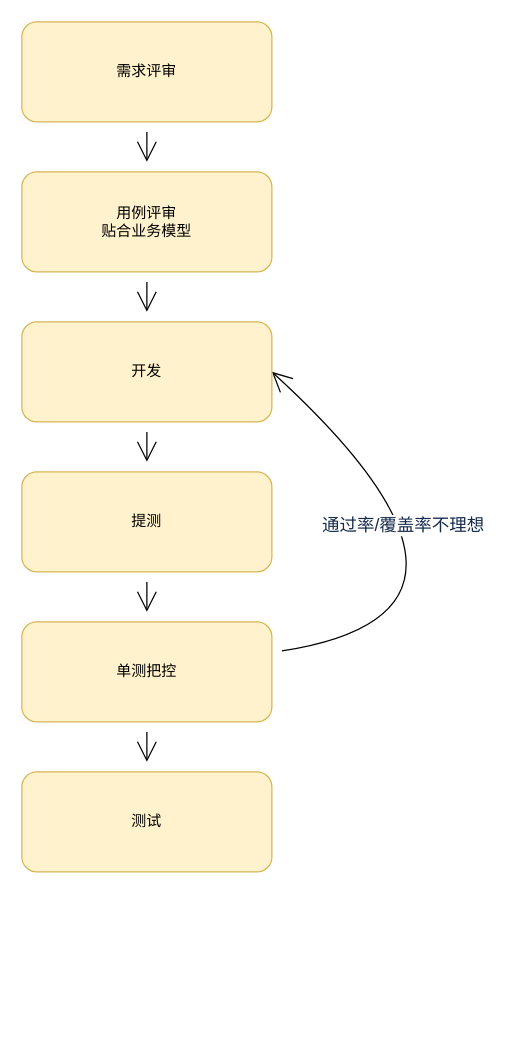
fsdmp/diagrams keeps this draw.io diagram as Untitled Diagram.drawio. Above is the earlier version. Source tidied: cells renumbered, new cells numbered last; positions are measured from the earlier drawing's top-left corner, leaving out a move shared by most shapes. Both pictures are drawn from the tidied source at 125%, with x=0, y=0 at pixel (21, 21).
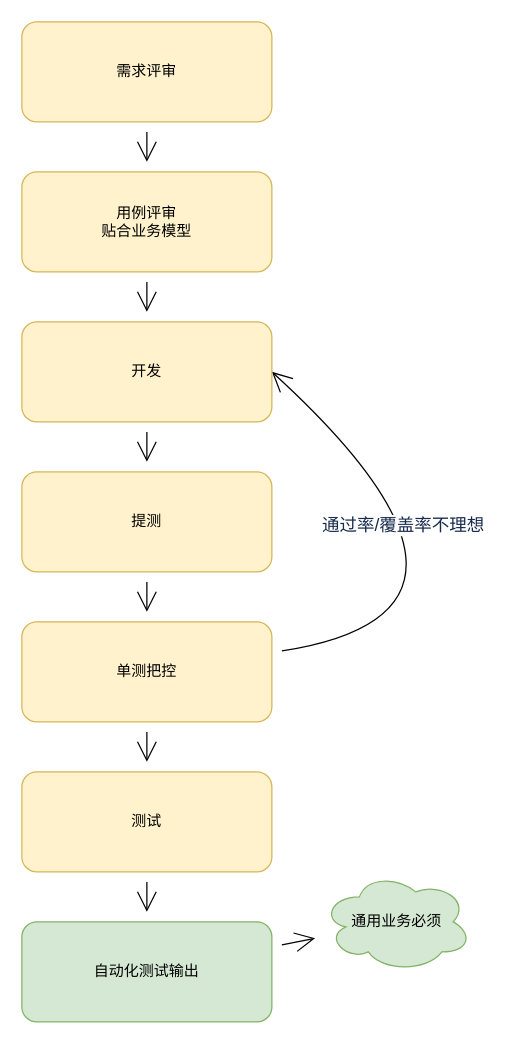
The same page after the edit.

The change refers to these unchanged cells:
```xml
<mxCell id="14" value="测试" style="rounded=1;whiteSpace=wrap;html=1;hachureGap=4;fillColor=#fff2cc;strokeColor=#d6b656;" parent="1" vertex="1">
  <mxGeometry y="600" width="200" height="80" as="geometry" />
</mxCell>
```

What changed in the source:
```diff
@@
+    <mxCell id="15" style="edgeStyle=none;curved=1;rounded=0;jettySize=auto;html=1;endArrow=open;startSize=14;endSize=14;sourcePerimeterSpacing=8;targetPerimeterSpacing=8;" parent="1" edge="1" source="14" target="17">
+      <mxGeometry relative="1" as="geometry" />
+    </mxCell>
@@
+    <mxCell id="16" style="edgeStyle=none;curved=1;rounded=0;jettySize=auto;html=1;endArrow=open;startSize=14;endSize=14;sourcePerimeterSpacing=8;targetPerimeterSpacing=8;" parent="1" edge="1" source="17" target="18">
+      <mxGeometry relative="1" as="geometry" />
+    </mxCell>
+    <mxCell id="17" value="自动化测试输出" style="rounded=1;whiteSpace=wrap;html=1;hachureGap=4;fillColor=#d5e8d4;strokeColor=#82b366;" parent="1" vertex="1">
+      <mxGeometry y="720" width="200" height="80" as="geometry" />
+    </mxCell>
+    <mxCell id="18" value="通用业务必须" style="ellipse;shape=cloud;whiteSpace=wrap;html=1;rounded=1;strokeColor=#82b366;fillColor=#d5e8d4;hachureGap=4;" parent="1" vertex="1">
+      <mxGeometry x="240" y="680" width="120" height="80" as="geometry" />
+    </mxCell>
```
